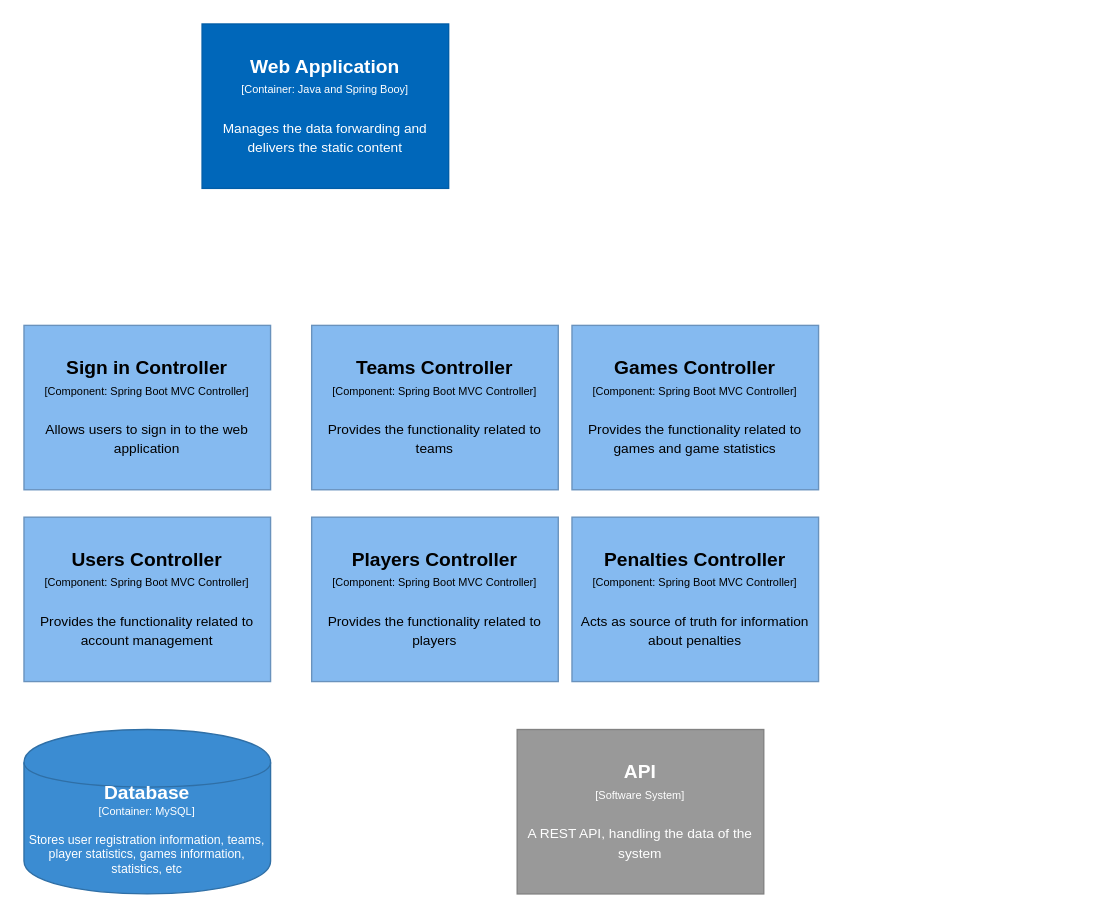
The draw.io diagram page "Page-4" (4 of 4) of Untitled Diagram.drawio in karinakozarova/Sticks-n-pucks-C4, before the edit. Source tidied: cells renumbered, new cells numbered last; positions are measured from the earlier drawing's top-left corner, leaving out a move shared by most shapes. Both pictures are drawn from the tidied source at 137%, with x=0, y=0 at pixel (23, 23).
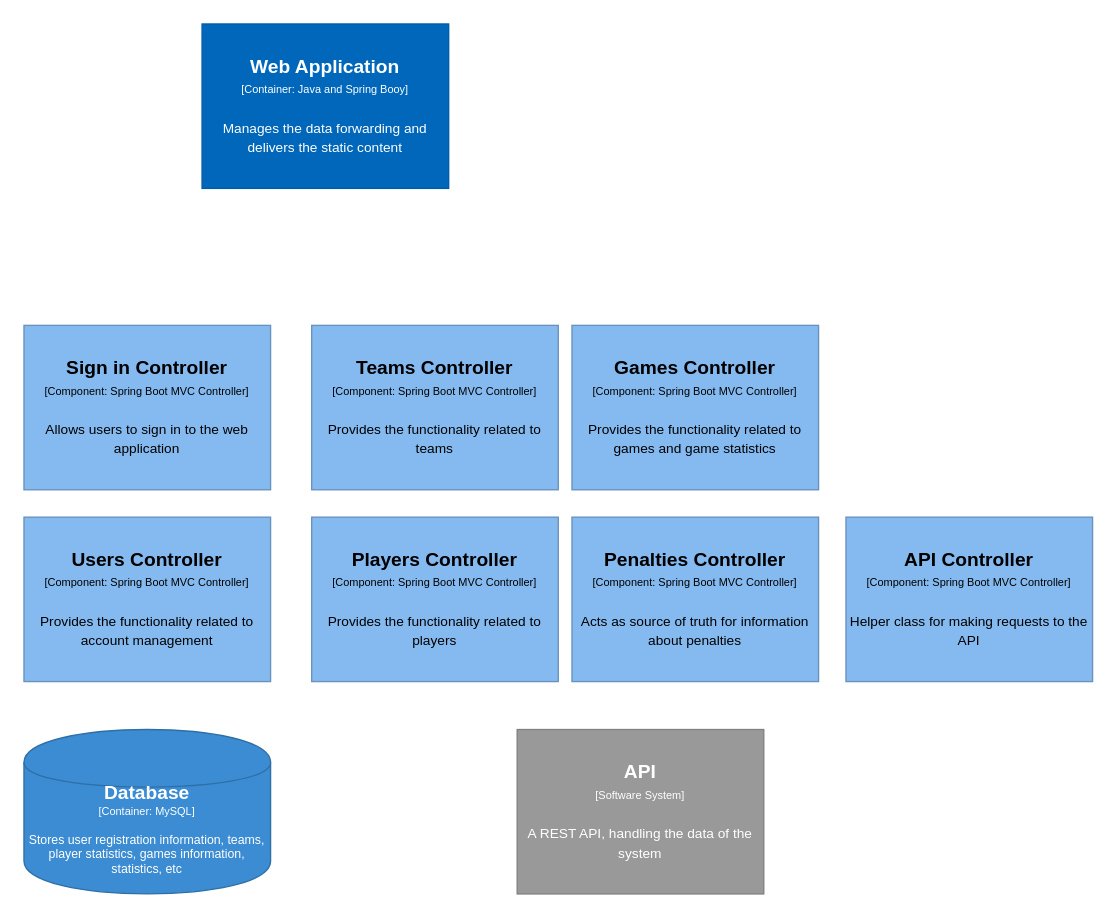
The same page after the edit.

The edit, as a diff of the source:
```diff
@@
 <mxGraphModel>
   <root>
     <mxCell id="0" />
     <mxCell id="1" parent="0" />
     <mxCell id="2" value="&lt;div style=&quot;color: rgb(255 , 255 , 255) ; white-space: normal&quot;&gt;&lt;span style=&quot;font-size: 14px&quot;&gt;&lt;b&gt;Database&lt;/b&gt;&lt;/span&gt;&lt;/div&gt;&lt;div style=&quot;color: rgb(255 , 255 , 255) ; white-space: normal&quot;&gt;&lt;span style=&quot;font-size: 8px&quot;&gt;[Container: MySQL]&lt;/span&gt;&lt;br&gt;&lt;/div&gt;&lt;div style=&quot;color: rgb(255 , 255 , 255) ; white-space: normal ; font-size: 8px&quot;&gt;&lt;font style=&quot;line-height: 9.6px&quot;&gt;&lt;br&gt;&lt;/font&gt;&lt;/div&gt;&lt;div style=&quot;color: rgb(255 , 255 , 255) ; white-space: normal&quot;&gt;Stores user registration information, teams, player statistics, games information, statistics, etc&lt;/div&gt;&lt;div style=&quot;color: rgb(255 , 255 , 255) ; white-space: normal&quot;&gt;&lt;br&gt;&lt;/div&gt;" style="shape=cylinder;whiteSpace=wrap;html=1;boundedLbl=1;backgroundOutline=1;strokeColor=#2F6FA6;strokeWidth=1;fillColor=#3B8CD2;fontSize=9;fontColor=#000000;align=center;" parent="1" vertex="1">
       <mxGeometry y="515" width="180" height="120" as="geometry" />
     </mxCell>
     <mxCell id="3" value="&lt;div&gt;&lt;span style=&quot;font-size: 14px&quot;&gt;&lt;b&gt;API&lt;/b&gt;&lt;/span&gt;&lt;/div&gt;&lt;div&gt;&lt;span style=&quot;font-size: 8px&quot;&gt;[Software System&lt;/span&gt;&lt;span style=&quot;font-size: 8px&quot;&gt;]&lt;/span&gt;&lt;br&gt;&lt;/div&gt;&lt;div&gt;&lt;span style=&quot;font-size: 8px&quot;&gt;&lt;br&gt;&lt;/span&gt;&lt;/div&gt;&lt;div&gt;&lt;font size=&quot;1&quot;&gt;A REST API, handling the data of the system&lt;/font&gt;&lt;/div&gt;" style="rounded=0;whiteSpace=wrap;html=1;fillColor=#999999;fontColor=#FFFFFF;strokeColor=#828282;" parent="1" vertex="1">
       <mxGeometry x="360" y="515" width="180" height="120" as="geometry" />
     </mxCell>
     <mxCell id="4" value="&lt;div&gt;&lt;span style=&quot;font-size: 14px&quot;&gt;&lt;b&gt;Web Application&lt;/b&gt;&lt;/span&gt;&lt;/div&gt;&lt;div&gt;&lt;span style=&quot;font-size: 8px&quot;&gt;[Container: Java and Spring Booy]&lt;/span&gt;&lt;br&gt;&lt;/div&gt;&lt;div&gt;&lt;span style=&quot;font-size: 8px&quot;&gt;&lt;br&gt;&lt;/span&gt;&lt;/div&gt;&lt;div&gt;&lt;font size=&quot;1&quot;&gt;Manages the data forwarding and delivers the static content&lt;/font&gt;&lt;/div&gt;" style="rounded=0;whiteSpace=wrap;html=1;fillColor=#0067BA;fontColor=#FFFFFF;strokeColor=#005DA8;" parent="1" vertex="1">
       <mxGeometry x="130" width="180" height="120" as="geometry" />
     </mxCell>
     <mxCell id="5" value="&lt;div&gt;&lt;span style=&quot;font-size: 14px&quot;&gt;&lt;b&gt;Sign in Controller&lt;/b&gt;&lt;/span&gt;&lt;/div&gt;&lt;div&gt;&lt;span style=&quot;font-size: 8px&quot;&gt;[Component: Spring Boot MVC Controller]&lt;/span&gt;&lt;/div&gt;&lt;div&gt;&lt;span style=&quot;font-size: 8px&quot;&gt;&lt;br&gt;&lt;/span&gt;&lt;/div&gt;&lt;div&gt;&lt;font size=&quot;1&quot;&gt;Allows users to sign in to the web application&lt;/font&gt;&lt;/div&gt;" style="rounded=0;whiteSpace=wrap;html=1;fillColor=#85baf0;fontColor=#000000;strokeColor=#6992BD;" parent="1" vertex="1">
       <mxGeometry y="220" width="180" height="120" as="geometry" />
     </mxCell>
     <mxCell id="6" value="&lt;div&gt;&lt;span style=&quot;font-size: 14px&quot;&gt;&lt;b&gt;Teams Controller&lt;/b&gt;&lt;/span&gt;&lt;/div&gt;&lt;div&gt;&lt;span style=&quot;font-size: 8px&quot;&gt;[Component: Spring Boot MVC Controller]&lt;/span&gt;&lt;/div&gt;&lt;div&gt;&lt;span style=&quot;font-size: 8px&quot;&gt;&lt;br&gt;&lt;/span&gt;&lt;/div&gt;&lt;div&gt;&lt;font size=&quot;1&quot;&gt;Provides the functionality related to teams&lt;/font&gt;&lt;/div&gt;" style="rounded=0;whiteSpace=wrap;html=1;fillColor=#85baf0;fontColor=#000000;strokeColor=#6992BD;" parent="1" vertex="1">
       <mxGeometry x="210" y="220" width="180" height="120" as="geometry" />
     </mxCell>
     <mxCell id="7" value="&lt;div&gt;&lt;span style=&quot;font-size: 14px&quot;&gt;&lt;b&gt;Games Controller&lt;/b&gt;&lt;/span&gt;&lt;/div&gt;&lt;div&gt;&lt;span style=&quot;font-size: 8px&quot;&gt;[Component: Spring Boot MVC Controller]&lt;/span&gt;&lt;/div&gt;&lt;div&gt;&lt;span style=&quot;font-size: 8px&quot;&gt;&lt;br&gt;&lt;/span&gt;&lt;/div&gt;&lt;div&gt;&lt;font size=&quot;1&quot;&gt;Provides the functionality related to games and game statistics&lt;/font&gt;&lt;/div&gt;" style="rounded=0;whiteSpace=wrap;html=1;fillColor=#85baf0;fontColor=#000000;strokeColor=#6992BD;" parent="1" vertex="1">
       <mxGeometry x="400" y="220" width="180" height="120" as="geometry" />
     </mxCell>
     <mxCell id="8" value="&lt;div&gt;&lt;span style=&quot;font-size: 14px&quot;&gt;&lt;b&gt;Players Controller&lt;/b&gt;&lt;/span&gt;&lt;/div&gt;&lt;div&gt;&lt;span style=&quot;font-size: 8px&quot;&gt;[Component: Spring Boot MVC Controller]&lt;/span&gt;&lt;/div&gt;&lt;div&gt;&lt;span style=&quot;font-size: 8px&quot;&gt;&lt;br&gt;&lt;/span&gt;&lt;/div&gt;&lt;div&gt;&lt;font size=&quot;1&quot;&gt;Provides the functionality related to players&lt;/font&gt;&lt;/div&gt;" style="rounded=0;whiteSpace=wrap;html=1;fillColor=#85baf0;fontColor=#000000;strokeColor=#6992BD;" parent="1" vertex="1">
       <mxGeometry x="210" y="360" width="180" height="120" as="geometry" />
     </mxCell>
     <mxCell id="9" value="&lt;div&gt;&lt;span style=&quot;font-size: 14px&quot;&gt;&lt;b&gt;Penalties Controller&lt;/b&gt;&lt;/span&gt;&lt;/div&gt;&lt;div&gt;&lt;span style=&quot;font-size: 8px&quot;&gt;[Component: Spring Boot MVC Controller]&lt;/span&gt;&lt;/div&gt;&lt;div&gt;&lt;span style=&quot;font-size: 8px&quot;&gt;&lt;br&gt;&lt;/span&gt;&lt;/div&gt;&lt;div&gt;&lt;font size=&quot;1&quot;&gt;Acts as source of truth for information about penalties&lt;/font&gt;&lt;/div&gt;" style="rounded=0;whiteSpace=wrap;html=1;fillColor=#85baf0;fontColor=#000000;strokeColor=#6992BD;" parent="1" vertex="1">
       <mxGeometry x="400" y="360" width="180" height="120" as="geometry" />
     </mxCell>
     <mxCell id="10" value="&lt;div&gt;&lt;span style=&quot;font-size: 14px&quot;&gt;&lt;b&gt;Users Controller&lt;/b&gt;&lt;/span&gt;&lt;/div&gt;&lt;div&gt;&lt;span style=&quot;font-size: 8px&quot;&gt;[Component: Spring Boot MVC Controller]&lt;/span&gt;&lt;/div&gt;&lt;div&gt;&lt;span style=&quot;font-size: 8px&quot;&gt;&lt;br&gt;&lt;/span&gt;&lt;/div&gt;&lt;div&gt;&lt;font size=&quot;1&quot;&gt;Provides the functionality related to account management&lt;/font&gt;&lt;/div&gt;" style="rounded=0;whiteSpace=wrap;html=1;fillColor=#85baf0;fontColor=#000000;strokeColor=#6992BD;" parent="1" vertex="1">
       <mxGeometry y="360" width="180" height="120" as="geometry" />
     </mxCell>
+    <mxCell id="11" value="&lt;div&gt;&lt;span style=&quot;font-size: 14px&quot;&gt;&lt;b&gt;API Controller&lt;/b&gt;&lt;/span&gt;&lt;/div&gt;&lt;div&gt;&lt;span style=&quot;font-size: 8px&quot;&gt;[Component: Spring Boot MVC Controller]&lt;/span&gt;&lt;/div&gt;&lt;div&gt;&lt;span style=&quot;font-size: 8px&quot;&gt;&lt;br&gt;&lt;/span&gt;&lt;/div&gt;&lt;div&gt;&lt;font size=&quot;1&quot;&gt;Helper class for making requests to the API&lt;/font&gt;&lt;/div&gt;" style="rounded=0;whiteSpace=wrap;html=1;fillColor=#85baf0;fontColor=#000000;strokeColor=#6992BD;" parent="1" vertex="1">
+      <mxGeometry x="600" y="360" width="180" height="120" as="geometry" />
+    </mxCell>
   </root>
 </mxGraphModel>
```
